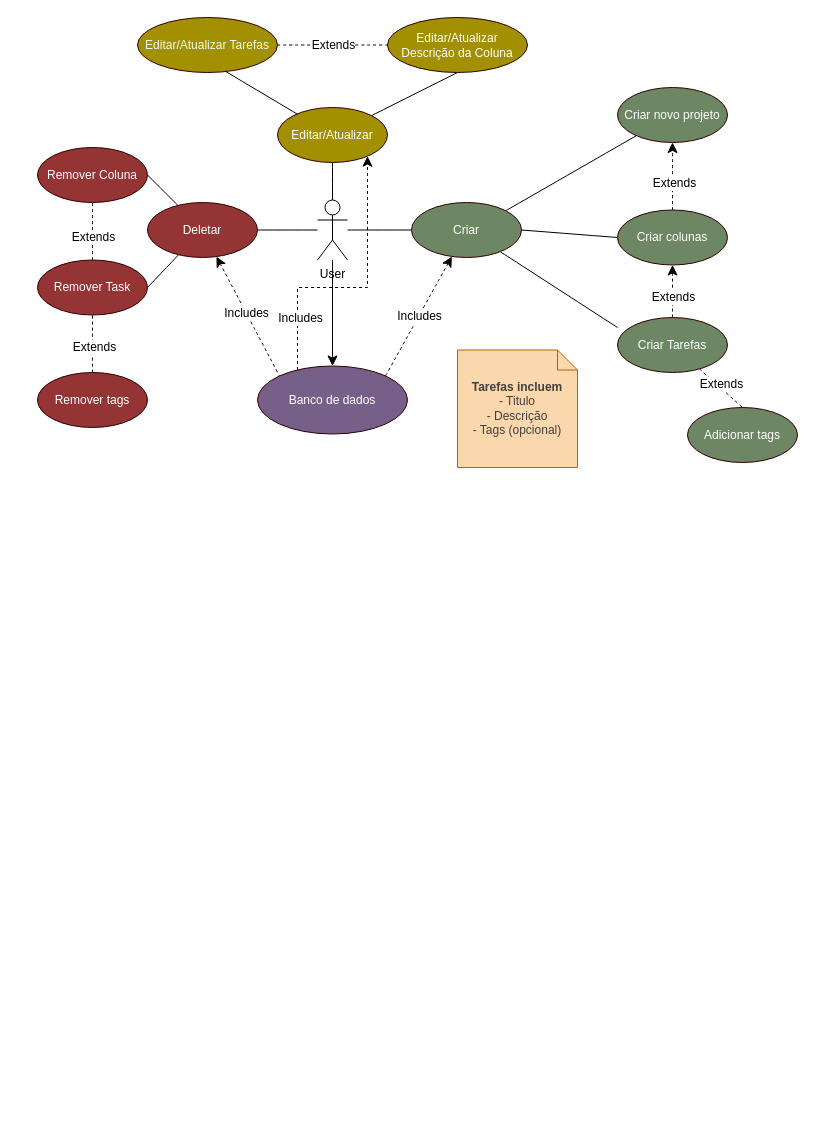
The draw.io diagram packages/backend/use_case.drawio in FieldControl/valinor, before the edit. Source tidied: cells renumbered, new cells numbered last; positions are measured from the earlier drawing's top-left corner, leaving out a move shared by most shapes. Both pictures are drawn from the tidied source at 100%, with x=0, y=0 at pixel (37, 17).
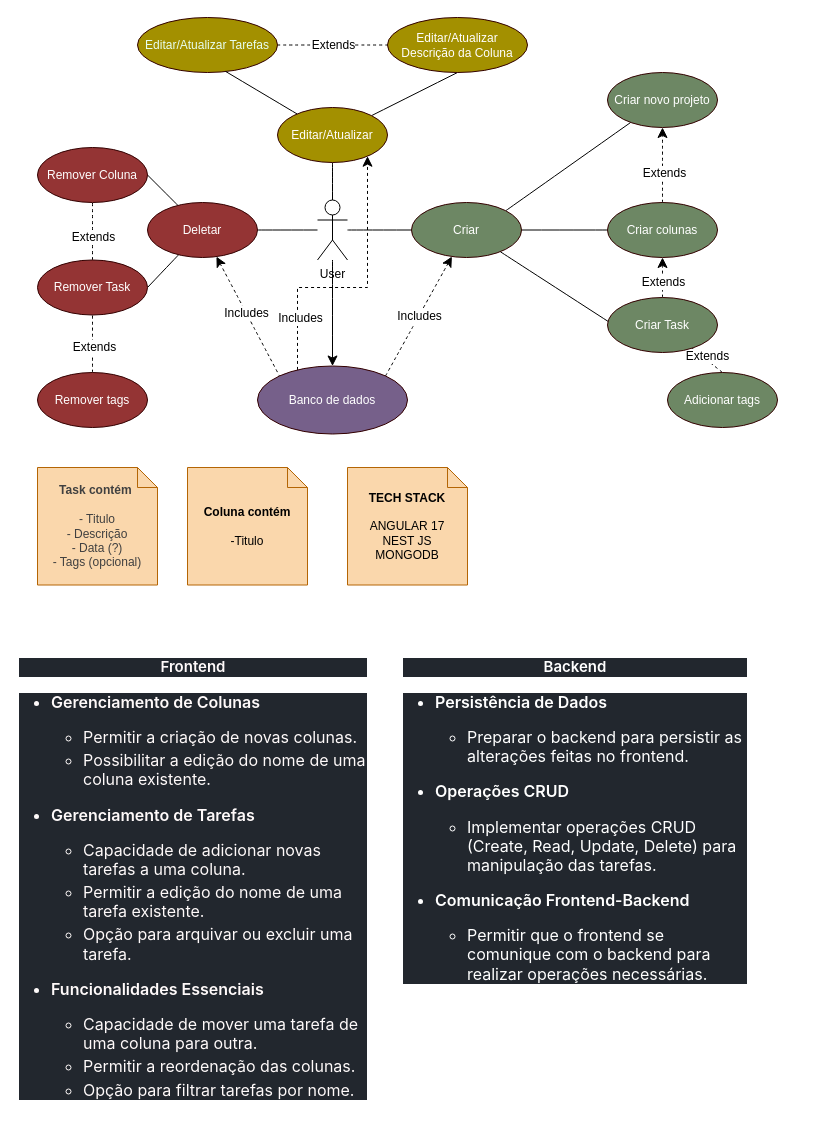
Above is the later version.

Commit message:
docs: att use case diagram

The edit, as a diff of the source:
```diff
@@
     <mxCell id="7" value="Criar novo projeto" style="ellipse;whiteSpace=wrap;html=1;fillColor=#6d8764;strokeColor=#330000;fontColor=#ffffff;" parent="1" vertex="1">
-      <mxGeometry x="580" y="70" width="110" height="55" as="geometry" />
+      <mxGeometry x="570" y="55" width="110" height="55" as="geometry" />
     </mxCell>
@@
     <mxCell id="9" value="Criar&amp;nbsp;colunas" style="ellipse;whiteSpace=wrap;html=1;fillColor=#6d8764;strokeColor=#330000;fontColor=#ffffff;" parent="1" vertex="1">
-      <mxGeometry x="580" y="192.5" width="110" height="55" as="geometry" />
+      <mxGeometry x="570" y="185" width="110" height="55" as="geometry" />
     </mxCell>
@@
-    <mxCell id="14" value="Criar Tarefas" style="ellipse;whiteSpace=wrap;html=1;fillColor=#6d8764;strokeColor=#330000;fontColor=#ffffff;" parent="1" vertex="1">
-      <mxGeometry x="580" y="300" width="110" height="55" as="geometry" />
+    <mxCell id="14" value="Criar Task" style="ellipse;whiteSpace=wrap;html=1;fillColor=#6d8764;strokeColor=#330000;fontColor=#ffffff;" parent="1" vertex="1">
+      <mxGeometry x="570" y="280" width="110" height="55" as="geometry" />
     </mxCell>
@@
     <mxCell id="38" value="Adicionar tags" style="ellipse;whiteSpace=wrap;html=1;fillColor=#6d8764;strokeColor=#330000;fontColor=#ffffff;" parent="1" vertex="1">
-      <mxGeometry x="650" y="390" width="110" height="55" as="geometry" />
+      <mxGeometry x="630" y="355" width="110" height="55" as="geometry" />
     </mxCell>
@@
-    <mxCell id="45" value="&lt;font color=&quot;#404040&quot;&gt;&lt;br&gt;&lt;b&gt;Tarefas incluem&lt;/b&gt;&lt;br&gt;- Titulo&lt;br&gt;- Descrição&lt;br&gt;- Tags (opcional)&lt;/font&gt;&lt;div&gt;&lt;br&gt;&lt;/div&gt;" style="shape=note;size=20;whiteSpace=wrap;html=1;fillColor=#fad7ac;strokeColor=#b46504;" parent="1" vertex="1">
-      <mxGeometry x="420" y="332.5" width="120" height="117.5" as="geometry" />
+    <mxCell id="45" value="&lt;b&gt;Coluna contém&lt;br&gt;&lt;/b&gt;&lt;br&gt;-Titulo" style="shape=note;size=20;whiteSpace=wrap;html=1;fillColor=#fad7ac;strokeColor=#b46504;" parent="1" vertex="1">
+      <mxGeometry x="150" y="450" width="120" height="117.5" as="geometry" />
     </mxCell>
+    <mxCell id="46" value="&lt;font color=&quot;#404040&quot;&gt;&lt;br&gt;&lt;b&gt;Task contém&amp;nbsp;&lt;br&gt;&lt;/b&gt;&lt;br&gt;- Titulo&lt;br&gt;- Descrição&lt;br&gt;- Data (?)&lt;br&gt;- Tags (opcional)&lt;/font&gt;&lt;div&gt;&lt;br&gt;&lt;/div&gt;" style="shape=note;size=20;whiteSpace=wrap;html=1;fillColor=#fad7ac;strokeColor=#b46504;" parent="1" vertex="1">
+      <mxGeometry y="450" width="120" height="117.5" as="geometry" />
+    </mxCell>
+    <mxCell id="47" value="&lt;b&gt;TECH STACK&lt;br&gt;&lt;/b&gt;&lt;br&gt;ANGULAR 17&lt;br&gt;NEST JS&lt;br&gt;MONGODB" style="shape=note;size=20;whiteSpace=wrap;html=1;fillColor=#fad7ac;strokeColor=#b46504;" parent="1" vertex="1">
+      <mxGeometry x="310" y="450" width="120" height="117.5" as="geometry" />
+    </mxCell>
+    <mxCell id="48" value="&lt;h3 style=&quot;text-align: center; box-sizing: border-box; margin-top: 24px; margin-bottom: 16px; font-size: 1.25em; font-weight: var(--base-text-weight-semibold, 600); line-height: 1.25; font-family: -apple-system, BlinkMacSystemFont, &amp;quot;Segoe UI&amp;quot;, &amp;quot;Noto Sans&amp;quot;, Helvetica, Arial, sans-serif, &amp;quot;Apple Color Emoji&amp;quot;, &amp;quot;Segoe UI Emoji&amp;quot;; font-style: normal; font-variant-ligatures: normal; font-variant-caps: normal; letter-spacing: normal; orphans: 2; text-indent: 0px; text-transform: none; widows: 2; word-spacing: 0px; -webkit-text-stroke-width: 0px; text-decoration-thickness: initial; text-decoration-style: initial; text-decoration-color: initial; background-color: rgb(34, 39, 46);&quot; dir=&quot;auto&quot; tabindex=&quot;-1&quot;&gt;Frontend&lt;/h3&gt;&lt;ul style=&quot;box-sizing: border-box; padding-left: 2em; margin-top: 0px; margin-bottom: 16px; font-family: -apple-system, BlinkMacSystemFont, &amp;quot;Segoe UI&amp;quot;, &amp;quot;Noto Sans&amp;quot;, Helvetica, Arial, sans-serif, &amp;quot;Apple Color Emoji&amp;quot;, &amp;quot;Segoe UI Emoji&amp;quot;; font-size: 16px; font-style: normal; font-variant-ligatures: normal; font-variant-caps: normal; font-weight: 400; letter-spacing: normal; orphans: 2; text-align: start; text-indent: 0px; text-transform: none; widows: 2; word-spacing: 0px; -webkit-text-stroke-width: 0px; text-decoration-thickness: initial; text-decoration-style: initial; text-decoration-color: initial; background-color: rgb(34, 39, 46);&quot; dir=&quot;auto&quot;&gt;&lt;li style=&quot;box-sizing: border-box;&quot;&gt;&lt;p style=&quot;box-sizing: border-box; margin-top: 16px; margin-bottom: 16px;&quot; dir=&quot;auto&quot;&gt;&lt;strong style=&quot;box-sizing: border-box; font-weight: var(--base-text-weight-semibold, 600);&quot;&gt;Gerenciamento de Colunas&lt;/strong&gt;&lt;/p&gt;&lt;ul style=&quot;box-sizing: border-box; padding-left: 2em; margin-top: 0px; margin-bottom: 0px;&quot; dir=&quot;auto&quot;&gt;&lt;li style=&quot;box-sizing: border-box;&quot;&gt;Permitir a criação de novas colunas.&lt;/li&gt;&lt;li style=&quot;box-sizing: border-box; margin-top: 0.25em;&quot;&gt;Possibilitar a edição do nome de uma coluna existente.&lt;/li&gt;&lt;/ul&gt;&lt;/li&gt;&lt;li style=&quot;box-sizing: border-box; margin-top: 0.25em;&quot;&gt;&lt;p style=&quot;box-sizing: border-box; margin-top: 16px; margin-bottom: 16px;&quot; dir=&quot;auto&quot;&gt;&lt;strong style=&quot;box-sizing: border-box; font-weight: var(--base-text-weight-semibold, 600);&quot;&gt;Gerenciamento de Tarefas&lt;/strong&gt;&lt;/p&gt;&lt;ul style=&quot;box-sizing: border-box; padding-left: 2em; margin-top: 0px; margin-bottom: 0px;&quot; dir=&quot;auto&quot;&gt;&lt;li style=&quot;box-sizing: border-box;&quot;&gt;Capacidade de adicionar novas tarefas a uma coluna.&lt;/li&gt;&lt;li style=&quot;box-sizing: border-box; margin-top: 0.25em;&quot;&gt;Permitir a edição do nome de uma tarefa existente.&lt;/li&gt;&lt;li style=&quot;box-sizing: border-box; margin-top: 0.25em;&quot;&gt;Opção para arquivar ou excluir uma tarefa.&lt;/li&gt;&lt;/ul&gt;&lt;/li&gt;&lt;li style=&quot;box-sizing: border-box; margin-top: 0.25em;&quot;&gt;&lt;p style=&quot;box-sizing: border-box; margin-top: 16px; margin-bottom: 16px;&quot; dir=&quot;auto&quot;&gt;&lt;strong style=&quot;box-sizing: border-box; font-weight: var(--base-text-weight-semibold, 600);&quot;&gt;Funcionalidades Essenciais&lt;/strong&gt;&lt;/p&gt;&lt;ul style=&quot;box-sizing: border-box; padding-left: 2em; margin-top: 0px; margin-bottom: 0px;&quot; dir=&quot;auto&quot;&gt;&lt;li style=&quot;box-sizing: border-box;&quot;&gt;Capacidade de mover uma tarefa de uma coluna para outra.&lt;/li&gt;&lt;li style=&quot;box-sizing: border-box; margin-top: 0.25em;&quot;&gt;Permitir a reordenação das colunas.&lt;/li&gt;&lt;li style=&quot;box-sizing: border-box; margin-top: 0.25em;&quot;&gt;Opção para filtrar tarefas por nome.&lt;/li&gt;&lt;/ul&gt;&lt;/li&gt;&lt;/ul&gt;" style="text;whiteSpace=wrap;html=1;fontColor=#FFFAFA;" parent="1" vertex="1">
+      <mxGeometry x="-20" y="610" width="350" height="480" as="geometry" />
+    </mxCell>
+    <mxCell id="49" value="&lt;h3 style=&quot;text-align: center; box-sizing: border-box; margin-top: 24px; margin-bottom: 16px; font-size: 1.25em; font-weight: var(--base-text-weight-semibold, 600); line-height: 1.25; font-family: -apple-system, BlinkMacSystemFont, &amp;quot;Segoe UI&amp;quot;, &amp;quot;Noto Sans&amp;quot;, Helvetica, Arial, sans-serif, &amp;quot;Apple Color Emoji&amp;quot;, &amp;quot;Segoe UI Emoji&amp;quot;; font-style: normal; font-variant-ligatures: normal; font-variant-caps: normal; letter-spacing: normal; orphans: 2; text-indent: 0px; text-transform: none; widows: 2; word-spacing: 0px; -webkit-text-stroke-width: 0px; background-color: rgb(34, 39, 46); text-decoration-thickness: initial; text-decoration-style: initial; text-decoration-color: initial;&quot; dir=&quot;auto&quot; tabindex=&quot;-1&quot;&gt;Backend&lt;/h3&gt;&lt;ul style=&quot;box-sizing: border-box; padding-left: 2em; margin-top: 0px; margin-bottom: 16px; font-family: -apple-system, BlinkMacSystemFont, &amp;quot;Segoe UI&amp;quot;, &amp;quot;Noto Sans&amp;quot;, Helvetica, Arial, sans-serif, &amp;quot;Apple Color Emoji&amp;quot;, &amp;quot;Segoe UI Emoji&amp;quot;; font-size: 16px; font-style: normal; font-variant-ligatures: normal; font-variant-caps: normal; font-weight: 400; letter-spacing: normal; orphans: 2; text-align: start; text-indent: 0px; text-transform: none; widows: 2; word-spacing: 0px; -webkit-text-stroke-width: 0px; background-color: rgb(34, 39, 46); text-decoration-thickness: initial; text-decoration-style: initial; text-decoration-color: initial;&quot; dir=&quot;auto&quot;&gt;&lt;li style=&quot;box-sizing: border-box;&quot;&gt;&lt;p style=&quot;box-sizing: border-box; margin-top: 16px; margin-bottom: 16px;&quot; dir=&quot;auto&quot;&gt;&lt;strong style=&quot;box-sizing: border-box; font-weight: var(--base-text-weight-semibold, 600);&quot;&gt;Persistência de Dados&lt;/strong&gt;&lt;/p&gt;&lt;ul style=&quot;box-sizing: border-box; padding-left: 2em; margin-top: 0px; margin-bottom: 0px;&quot; dir=&quot;auto&quot;&gt;&lt;li style=&quot;box-sizing: border-box;&quot;&gt;Preparar o backend para persistir as alterações feitas no frontend.&lt;/li&gt;&lt;/ul&gt;&lt;/li&gt;&lt;li style=&quot;box-sizing: border-box; margin-top: 0.25em;&quot;&gt;&lt;p style=&quot;box-sizing: border-box; margin-top: 16px; margin-bottom: 16px;&quot; dir=&quot;auto&quot;&gt;&lt;strong style=&quot;box-sizing: border-box; font-weight: var(--base-text-weight-semibold, 600);&quot;&gt;Operações CRUD&lt;/strong&gt;&lt;/p&gt;&lt;ul style=&quot;box-sizing: border-box; padding-left: 2em; margin-top: 0px; margin-bottom: 0px;&quot; dir=&quot;auto&quot;&gt;&lt;li style=&quot;box-sizing: border-box;&quot;&gt;Implementar operações CRUD (Create, Read, Update, Delete) para manipulação das tarefas.&lt;/li&gt;&lt;/ul&gt;&lt;/li&gt;&lt;li style=&quot;box-sizing: border-box; margin-top: 0.25em;&quot;&gt;&lt;p style=&quot;box-sizing: border-box; margin-top: 16px; margin-bottom: 16px;&quot; dir=&quot;auto&quot;&gt;&lt;strong style=&quot;box-sizing: border-box; font-weight: var(--base-text-weight-semibold, 600);&quot;&gt;Comunicação Frontend-Backend&lt;/strong&gt;&lt;/p&gt;&lt;ul style=&quot;box-sizing: border-box; padding-left: 2em; margin-top: 0px; margin-bottom: 0px;&quot; dir=&quot;auto&quot;&gt;&lt;li style=&quot;box-sizing: border-box;&quot;&gt;Permitir que o frontend se comunique com o backend para realizar operações necessárias.&lt;/li&gt;&lt;/ul&gt;&lt;/li&gt;&lt;/ul&gt;" style="text;whiteSpace=wrap;html=1;fontColor=#FFFFFF;" parent="1" vertex="1">
+      <mxGeometry x="364" y="610" width="346" height="360" as="geometry" />
+    </mxCell>
```
